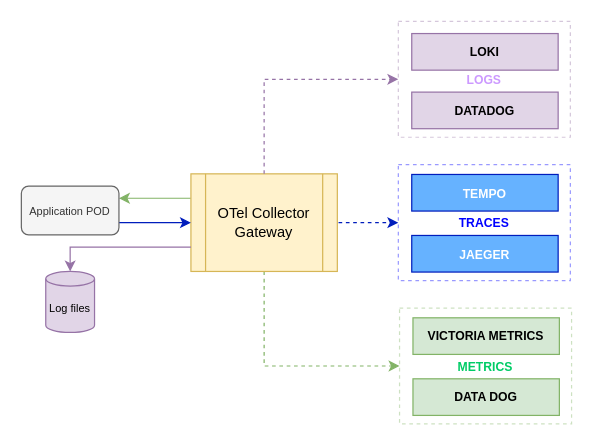
Above: page "Page-3" (3 of 3) of victoria metrics v2.drawio in jacmathew/jacmathew (draw.io), before the change. Source tidied: cells renumbered, new cells numbered last; positions are measured from the earlier drawing's top-left corner, leaving out a move shared by most shapes. Both pictures are drawn from the tidied source at 122%, with x=0, y=0 at pixel (21, 21).
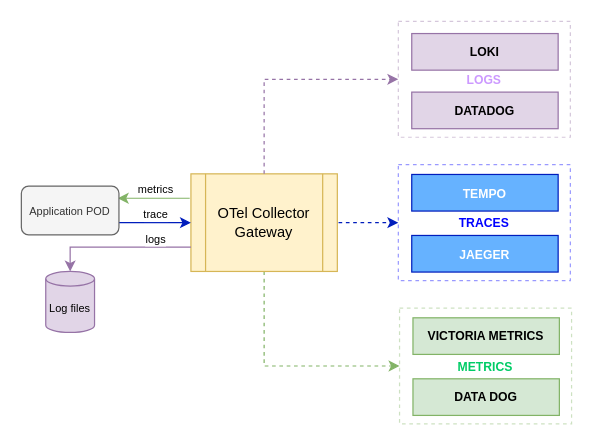
Above is the later version.

Unchanged cells that the change refers to:
```xml
<mxCell id="7" value="OTel Collector&lt;br&gt;Gateway" style="shape=process;whiteSpace=wrap;html=1;backgroundOutline=1;fillColor=#fff2cc;strokeColor=#d6b656;" parent="1" vertex="1">
  <mxGeometry x="139" y="125" width="120" height="80" as="geometry" />
</mxCell>
<mxCell id="9" value="&lt;font style=&quot;font-size: 9px;&quot;&gt;Application POD&lt;/font&gt;" style="rounded=1;whiteSpace=wrap;html=1;fillColor=#f5f5f5;fontColor=#333333;strokeColor=#666666;" parent="1" vertex="1">
  <mxGeometry y="135" width="80" height="40" as="geometry" />
</mxCell>
```

Change to the diagram source:
```diff
@@
-    <mxCell id="5" style="edgeStyle=none;rounded=0;jettySize=auto;html=1;exitX=0;exitY=0.25;exitDx=0;exitDy=0;entryX=1;entryY=0.25;entryDx=0;entryDy=0;fillColor=#d5e8d4;strokeColor=#82b366;" parent="1" edge="1" source="7" target="9">
-      <mxGeometry relative="1" as="geometry" />
+    <mxCell id="5" style="edgeStyle=none;rounded=0;orthogonalLoop=1;jettySize=auto;html=1;exitX=0;exitY=0.25;exitDx=0;exitDy=0;entryX=1;entryY=0.25;entryDx=0;entryDy=0;fillColor=#d5e8d4;strokeColor=#82b366;" parent="1" edge="1">
+      <mxGeometry relative="1" as="geometry">
+        <mxPoint x="138" y="145" as="sourcePoint" />
+        <mxPoint x="79" y="145" as="targetPoint" />
+      </mxGeometry>
     </mxCell>
+    <mxCell id="20" value="&lt;font style=&quot;font-size: 9px;&quot;&gt;metrics&lt;/font&gt;" style="edgeLabel;html=1;align=center;verticalAlign=middle;" parent="5" vertex="1">
+      <mxGeometry x="0.3" y="1" relative="1" as="geometry">
+        <mxPoint x="9" y="-10" as="offset" />
+      </mxGeometry>
+    </mxCell>
@@
+    <mxCell id="21" value="&lt;font style=&quot;font-size: 9px;&quot;&gt;trace&lt;/font&gt;" style="edgeLabel;html=1;align=center;verticalAlign=middle;" parent="1" vertex="1">
+      <mxGeometry x="106" y="157" as="geometry">
+        <mxPoint x="3" as="offset" />
+      </mxGeometry>
+    </mxCell>
+    <mxCell id="22" value="&lt;font style=&quot;font-size: 9px;&quot;&gt;logs&lt;/font&gt;" style="edgeLabel;html=1;align=center;verticalAlign=middle;" parent="1" vertex="1">
+      <mxGeometry x="109" y="177" as="geometry" />
+    </mxCell>
```
